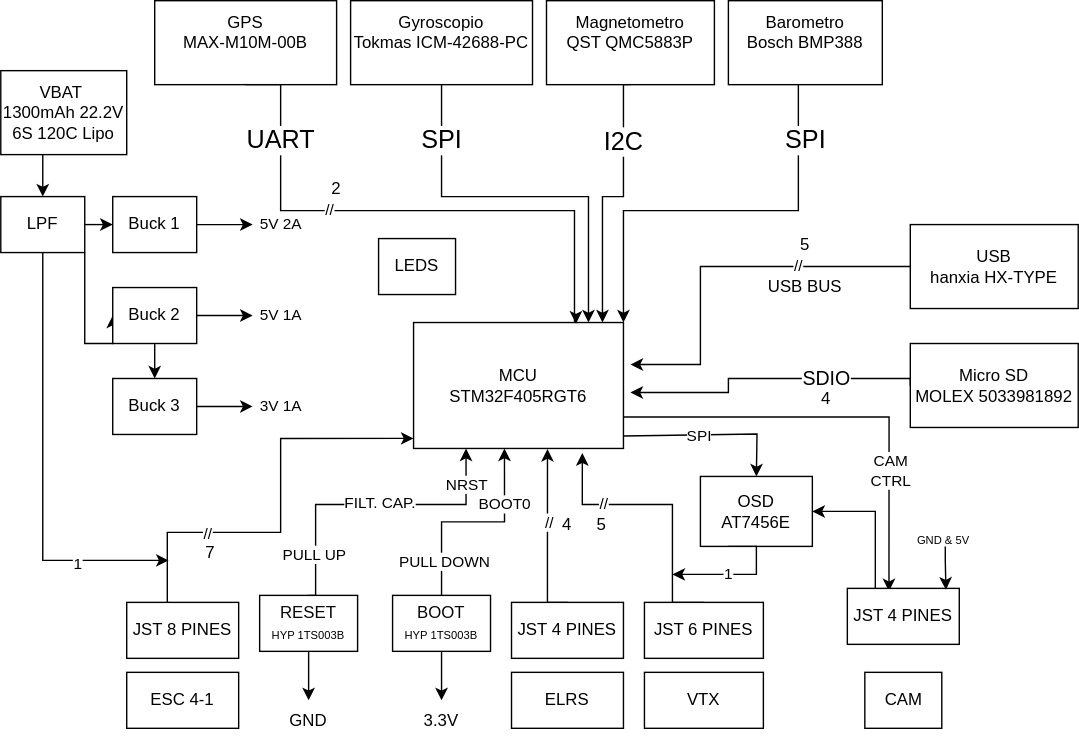
Before: Diagrama de bloques FC Dron.drawio.svg, a diagram exported from draw.io (Lucas-el-pato/FC-DRON-P3). Source tidied: cells renumbered, new cells last; positions are measured from the earlier drawing's top-left corner, leaving out a move shared by most shapes.
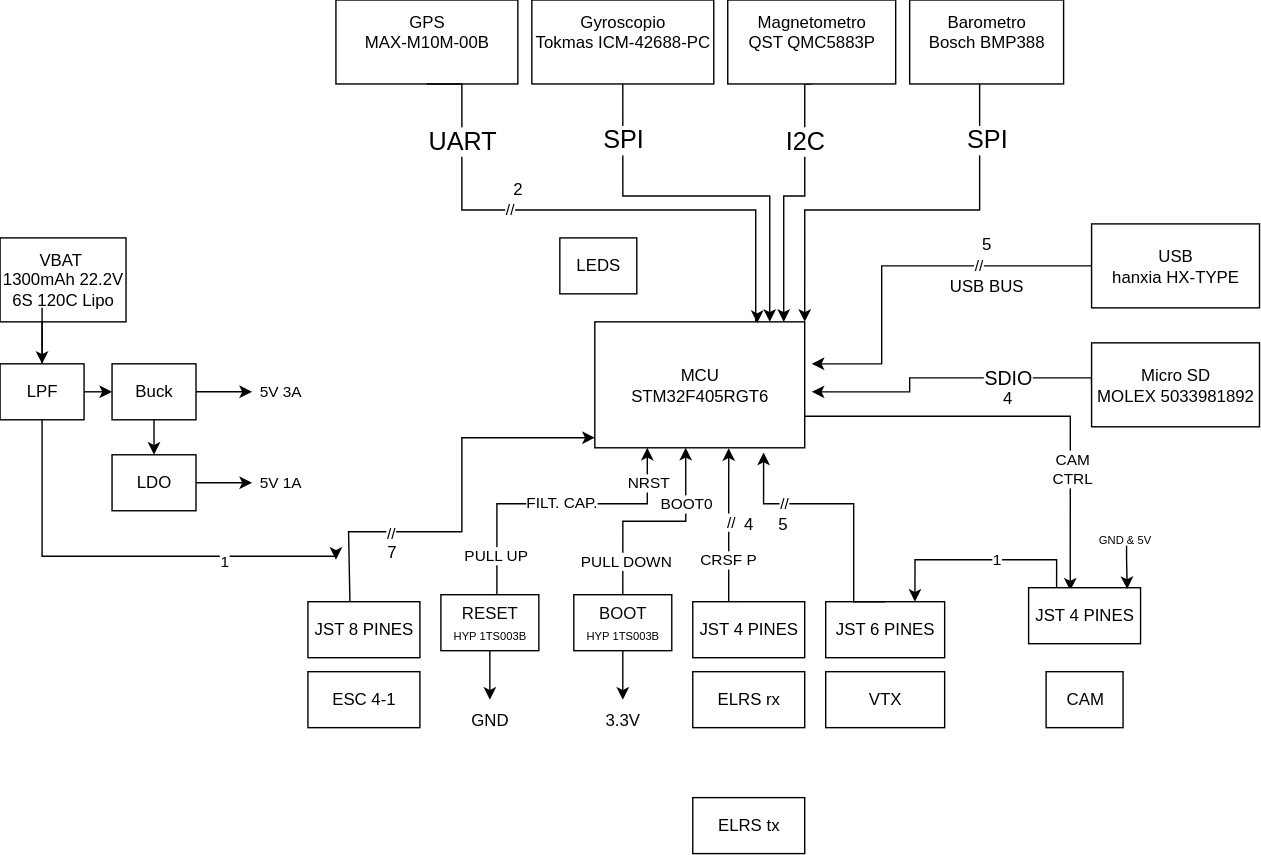
The same diagram one commit later.

Diff of the diagram source:
```diff
@@ -126,13 +126,13 @@
     <mxCell id="26" style="edgeStyle=orthogonalEdgeStyle;rounded=0;jettySize=auto;html=1;entryX=0.5;entryY=0;entryDx=0;entryDy=0;" parent="1" edge="1" source="27" target="69">
       <mxGeometry relative="1" as="geometry">
         <Array as="points">
-          <mxPoint x="30" y="130" />
-          <mxPoint x="30" y="130" />
+          <mxPoint x="-100" y="250" />
+          <mxPoint x="-100" y="250" />
         </Array>
       </mxGeometry>
     </mxCell>
     <mxCell id="27" value="VBAT&amp;nbsp;&lt;div&gt;&lt;span style=&quot;background-color: transparent; color: light-dark(rgb(0, 0, 0), rgb(255, 255, 255));&quot;&gt;1300mAh 22.2V 6S 120C Lipo&lt;/span&gt;&lt;/div&gt;" style="rounded=0;whiteSpace=wrap;html=1;fillColor=light-dark(#FFFFFF,#FF8000);" parent="1" vertex="1">
-      <mxGeometry y="50" width="90" height="60" as="geometry" />
+      <mxGeometry x="-130" y="170" width="90" height="60" as="geometry" />
     </mxCell>
     <mxCell id="28" value="&lt;font style=&quot;color: light-dark(rgb(7, 7, 7), rgb(0, 0, 0));&quot;&gt;BOOT&lt;/font&gt;&lt;div&gt;&lt;font style=&quot;&quot;&gt;&lt;font style=&quot;font-size: 8px; color: light-dark(rgb(0, 0, 0), rgb(0, 0, 0));&quot;&gt;HYP 1TS003B&lt;/font&gt;&lt;/font&gt;&lt;/div&gt;" style="rounded=0;whiteSpace=wrap;html=1;fillColor=light-dark(#FFFFFF,#00FFFA);" parent="1" vertex="1">
       <mxGeometry x="280" y="425" width="70" height="40" as="geometry" />
@@ -215,6 +215,11 @@
     <mxCell id="45" value="//" style="edgeLabel;html=1;align=center;verticalAlign=middle;" parent="44" vertex="1">
       <mxGeometry x="0.15" y="-1" relative="1" as="geometry" />
     </mxCell>
+    <mxCell id="84" value="CRSF P" style="edgeLabel;html=1;align=center;verticalAlign=middle;" parent="44" vertex="1">
+      <mxGeometry x="-0.21" y="1" relative="1" as="geometry">
+        <mxPoint y="5" as="offset" />
+      </mxGeometry>
+    </mxCell>
     <mxCell id="46" value="4" style="text;html=1;whiteSpace=wrap;strokeColor=none;fillColor=none;align=center;verticalAlign=middle;rounded=0;" parent="1" vertex="1">
       <mxGeometry x="375" y="360" width="60" height="30" as="geometry" />
     </mxCell>
@@ -256,25 +261,11 @@
     <mxCell id="53" value="2" style="text;html=1;whiteSpace=wrap;strokeColor=none;fillColor=none;align=center;verticalAlign=middle;rounded=0;" parent="1" vertex="1">
       <mxGeometry x="210" y="120" width="60" height="30" as="geometry" />
     </mxCell>
-    <mxCell id="54" style="edgeStyle=orthogonalEdgeStyle;rounded=0;jettySize=auto;html=1;entryX=1;entryY=0.5;entryDx=0;entryDy=0;exitX=0.25;exitY=0;exitDx=0;exitDy=0;" parent="1" edge="1" source="58" target="55">
-      <mxGeometry relative="1" as="geometry" />
-    </mxCell>
-    <mxCell id="55" value="OSD&lt;div&gt;AT7456E&lt;/div&gt;" style="whiteSpace=wrap;html=1;fillColor=light-dark(#FFFFFF,#1C461C);" parent="1" vertex="1">
-      <mxGeometry x="500" y="340" width="80" height="50" as="geometry" />
-    </mxCell>
-    <mxCell id="56" style="endArrow=classic;html=1;rounded=0;exitX=0.25;exitY=1;exitDx=0;exitDy=0;" parent="1" edge="1" source="55">
-      <mxGeometry relative="1" as="geometry">
-        <mxPoint x="480" y="410" as="targetPoint" />
-        <Array as="points">
-          <mxPoint x="540" y="390" />
-          <mxPoint x="540" y="410" />
-        </Array>
-      </mxGeometry>
-    </mxCell>
+    <mxCell id="85" style="edgeStyle=orthogonalEdgeStyle;rounded=0;jettySize=auto;html=1;exitX=0.25;exitY=0;exitDx=0;exitDy=0;entryX=0.75;entryY=0;entryDx=0;entryDy=0;" parent="1" edge="1" source="58" target="22">
+      <mxGeometry relative="1" as="geometry" />
+    </mxCell>
-    <mxCell id="57" value="1" style="edgeLabel;html=1;align=center;verticalAlign=middle;" parent="56" vertex="1">
-      <mxGeometry x="-0.43" y="1" relative="1" as="geometry">
-        <mxPoint x="-21" y="11" as="offset" />
-      </mxGeometry>
+    <mxCell id="57" value="1" style="edgeLabel;html=1;align=center;verticalAlign=middle;" parent="85" vertex="1">
+      <mxGeometry x="-0.16" relative="1" as="geometry" />
     </mxCell>
     <mxCell id="58" value="&lt;font style=&quot;color: light-dark(rgb(0, 0, 0), rgb(0, 0, 0));&quot;&gt;JST 4 PINES&lt;/font&gt;" style="rounded=0;whiteSpace=wrap;html=1;fillColor=light-dark(#FFFFFF,#00FF80);" parent="1" vertex="1">
       <mxGeometry x="605" y="420" width="80" height="40" as="geometry" />
@@ -296,24 +287,12 @@
     <mxCell id="62" value="LEDS" style="whiteSpace=wrap;html=1;" parent="1" vertex="1">
       <mxGeometry x="270" y="170" width="55" height="40" as="geometry" />
     </mxCell>
-    <mxCell id="63" style="endArrow=classic;html=1;rounded=0;exitX=0.997;exitY=0.904;exitDx=0;exitDy=0;exitPerimeter=0;entryX=0.5;entryY=0;entryDx=0;entryDy=0;" parent="1" edge="1" target="55">
-      <mxGeometry relative="1" as="geometry">
-        <mxPoint x="445" y="311.1" as="sourcePoint" />
-        <Array as="points">
-          <mxPoint x="540.5" y="309.7" />
-        </Array>
-      </mxGeometry>
-    </mxCell>
-    <mxCell id="64" value="SPI" style="edgeLabel;html=1;align=center;verticalAlign=middle;" parent="63" vertex="1">
-      <mxGeometry x="0.67" relative="1" as="geometry">
-        <mxPoint x="-42" y="-9" as="offset" />
-      </mxGeometry>
-    </mxCell>
-    <mxCell id="65" style="edgeStyle=orthogonalEdgeStyle;rounded=0;jettySize=auto;html=1;" parent="1" edge="1" source="69">
+    <mxCell id="65" style="edgeStyle=orthogonalEdgeStyle;rounded=0;orthogonalLoop=1;jettySize=auto;html=1;" parent="1" edge="1">
       <mxGeometry relative="1" as="geometry">
-        <mxPoint x="120" y="400" as="targetPoint" />
+        <mxPoint x="-100" y="220" as="sourcePoint" />
+        <mxPoint x="110" y="400" as="targetPoint" />
         <Array as="points">
-          <mxPoint x="30" y="400" />
+          <mxPoint x="-100" y="397.5" />
         </Array>
       </mxGeometry>
     </mxCell>
@@ -323,17 +302,10 @@
     <mxCell id="67" style="edgeStyle=orthogonalEdgeStyle;rounded=0;jettySize=auto;html=1;exitX=1;exitY=0.5;exitDx=0;exitDy=0;entryX=0;entryY=0.5;entryDx=0;entryDy=0;" parent="1" edge="1" source="69" target="76">
       <mxGeometry relative="1" as="geometry" />
     </mxCell>
-    <mxCell id="68" style="edgeStyle=orthogonalEdgeStyle;rounded=0;jettySize=auto;html=1;entryX=0;entryY=0.5;entryDx=0;entryDy=0;" parent="1" edge="1" source="69" target="79">
-      <mxGeometry relative="1" as="geometry">
-        <Array as="points">
-          <mxPoint x="60" y="245" />
-        </Array>
-      </mxGeometry>
-    </mxCell>
     <mxCell id="69" value="LPF" style="rounded=0;whiteSpace=wrap;html=1;fillColor=light-dark(#FFFFFF,#FF8000);" parent="1" vertex="1">
-      <mxGeometry y="140" width="60" height="40" as="geometry" />
+      <mxGeometry x="-130" y="260" width="60" height="40" as="geometry" />
     </mxCell>
-    <mxCell id="70" value="ELRS" style="whiteSpace=wrap;html=1;" parent="1" vertex="1">
+    <mxCell id="70" value="ELRS rx" style="whiteSpace=wrap;html=1;" parent="1" vertex="1">
       <mxGeometry x="365" y="480" width="80" height="40" as="geometry" />
     </mxCell>
     <mxCell id="71" value="&lt;font style=&quot;color: light-dark(rgb(0, 0, 0), rgb(0, 0, 0));&quot;&gt;JST 4 PINES&lt;/font&gt;" style="rounded=0;whiteSpace=wrap;html=1;fillColor=light-dark(#FFFFFF,#00FF80);" parent="1" vertex="1">
@@ -347,43 +319,36 @@
     </mxCell>
     <mxCell id="74" style="edgeStyle=orthogonalEdgeStyle;rounded=0;jettySize=auto;html=1;" parent="1" edge="1" source="76">
       <mxGeometry relative="1" as="geometry">
-        <mxPoint x="180" y="160" as="targetPoint" />
+        <mxPoint x="50" y="280" as="targetPoint" />
       </mxGeometry>
     </mxCell>
-    <mxCell id="75" value="5V 2A" style="edgeLabel;html=1;align=center;verticalAlign=middle;" parent="74" vertex="1">
+    <mxCell id="75" value="5V 3A" style="edgeLabel;html=1;align=center;verticalAlign=middle;" parent="74" vertex="1">
       <mxGeometry x="-0.15" relative="1" as="geometry">
         <mxPoint x="43" as="offset" />
       </mxGeometry>
     </mxCell>
-    <mxCell id="76" value="Buck 1" style="rounded=0;whiteSpace=wrap;html=1;fillColor=light-dark(#FFFFFF,#FF8000);" parent="1" vertex="1">
-      <mxGeometry x="80" y="140" width="60" height="40" as="geometry" />
+    <mxCell id="76" value="Buck" style="rounded=0;whiteSpace=wrap;html=1;fillColor=light-dark(#FFFFFF,#FF8000);" parent="1" vertex="1">
+      <mxGeometry x="-50" y="260" width="60" height="40" as="geometry" />
     </mxCell>
-    <mxCell id="77" style="edgeStyle=orthogonalEdgeStyle;rounded=0;jettySize=auto;html=1;entryX=0.5;entryY=0;entryDx=0;entryDy=0;" parent="1" edge="1" source="79" target="81">
-      <mxGeometry relative="1" as="geometry" />
-    </mxCell>
     <mxCell id="78" style="edgeStyle=orthogonalEdgeStyle;rounded=0;jettySize=auto;html=1;" parent="1" edge="1" source="79">
       <mxGeometry relative="1" as="geometry">
-        <mxPoint x="180" y="225" as="targetPoint" />
+        <mxPoint x="50" y="345" as="targetPoint" />
       </mxGeometry>
     </mxCell>
-    <mxCell id="79" value="Buck 2" style="rounded=0;whiteSpace=wrap;html=1;fillColor=light-dark(#FFFFFF,#FF8000);" parent="1" vertex="1">
-      <mxGeometry x="80" y="205" width="60" height="40" as="geometry" />
+    <mxCell id="79" value="LDO" style="rounded=0;whiteSpace=wrap;html=1;fillColor=light-dark(#FFFFFF,#FF8000);" parent="1" vertex="1">
+      <mxGeometry x="-50" y="325" width="60" height="40" as="geometry" />
     </mxCell>
-    <mxCell id="80" style="edgeStyle=orthogonalEdgeStyle;rounded=0;jettySize=auto;html=1;" parent="1" edge="1" source="81">
-      <mxGeometry relative="1" as="geometry">
-        <mxPoint x="180" y="290" as="targetPoint" />
-      </mxGeometry>
-    </mxCell>
-    <mxCell id="81" value="Buck 3" style="rounded=0;whiteSpace=wrap;html=1;fillColor=light-dark(#FFFFFF,#FF8000);" parent="1" vertex="1">
-      <mxGeometry x="80" y="270" width="60" height="40" as="geometry" />
-    </mxCell>
     <mxCell id="82" value="5V 1A" style="edgeLabel;html=1;align=center;verticalAlign=middle;" parent="1" vertex="1">
-      <mxGeometry x="200" y="225" as="geometry" />
+      <mxGeometry x="70" y="345" as="geometry" />
     </mxCell>
-    <mxCell id="83" value="3V 1A" style="edgeLabel;html=1;align=center;verticalAlign=middle;" parent="1" vertex="1">
-      <mxGeometry x="210" y="280" as="geometry">
-        <mxPoint x="-10" y="10" as="offset" />
-      </mxGeometry>
-    </mxCell>
+    <mxCell id="86" style="edgeStyle=orthogonalEdgeStyle;rounded=0;orthogonalLoop=1;jettySize=auto;html=1;entryX=0.5;entryY=0;entryDx=0;entryDy=0;" parent="1" edge="1">
+      <mxGeometry relative="1" as="geometry">
+        <mxPoint x="-20" y="300" as="sourcePoint" />
+        <mxPoint x="-20" y="325" as="targetPoint" />
+      </mxGeometry>
+    </mxCell>
+    <mxCell id="87" value="ELRS tx" style="whiteSpace=wrap;html=1;" parent="1" vertex="1">
+      <mxGeometry x="365" y="570" width="80" height="40" as="geometry" />
+    </mxCell>
   </root>
 </mxGraphModel>
```
